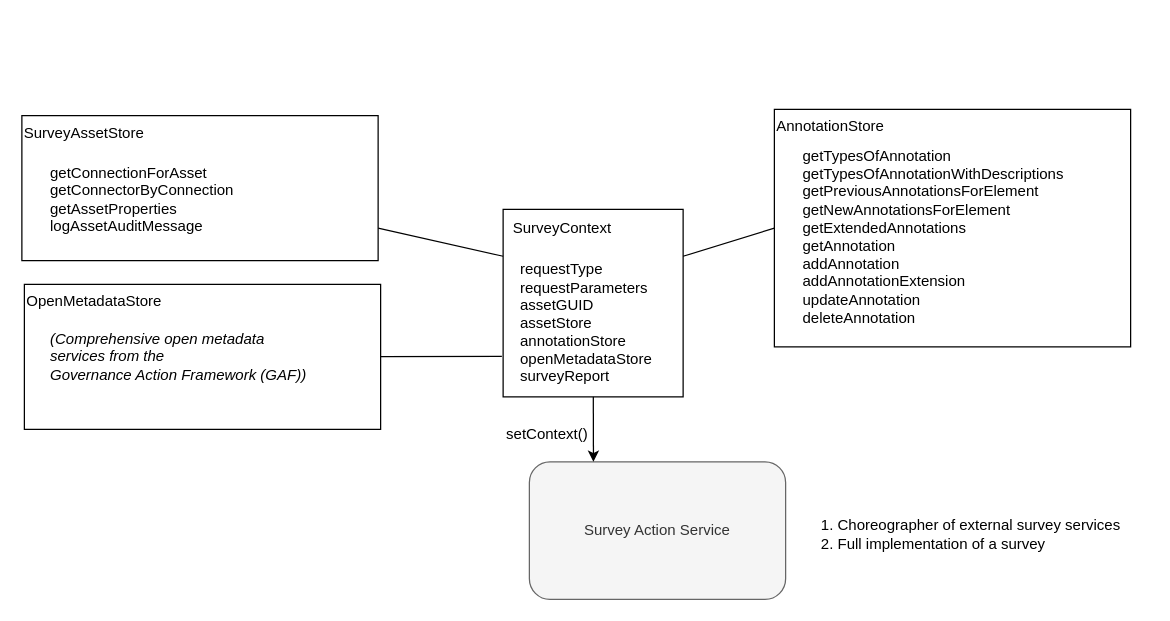
The draw.io diagram page "survey-context" (15 of 16) of site/docs/frameworks/saf/survey-action.drawio in odpi/egeria-docs, before the edit. Source tidied: cells renumbered, new cells numbered last; positions are measured from the earlier drawing's top-left corner, leaving out a move shared by most shapes. Both pictures are drawn from the tidied source at 125%, with x=0, y=0 at pixel (21, 109).
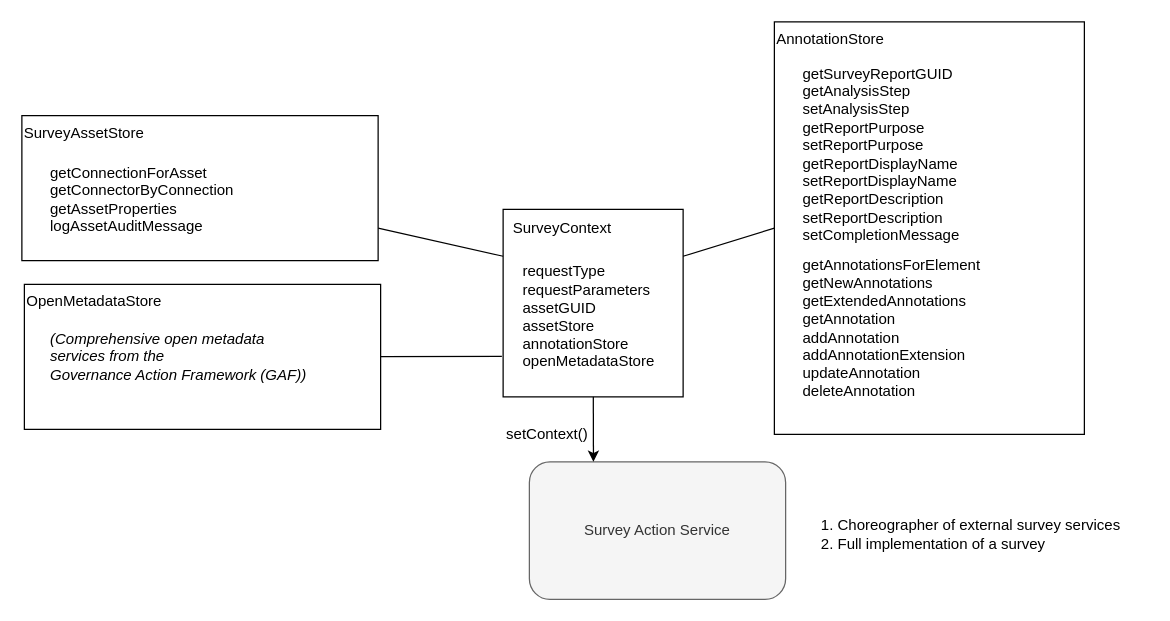
The same diagram, later.

The edit, as a diff of the source:
```diff
@@
 <mxGraphModel>
   <root>
     <mxCell id="0" />
     <mxCell id="1" parent="0" />
     <mxCell id="2" style="rounded=0;whiteSpace=wrap;html=1;strokeColor=#000000;strokeWidth=1;align=left;" parent="1" vertex="1">
       <mxGeometry x="385" y="80" width="144" height="150" as="geometry" />
     </mxCell>
     <mxCell id="3" value="Survey Action Service" style="rounded=1;whiteSpace=wrap;html=1;fillColor=#f5f5f5;strokeColor=#666666;fontColor=#333333;" parent="1" vertex="1">
       <mxGeometry x="406" y="282" width="205" height="110" as="geometry" />
     </mxCell>
     <mxCell id="4" style="rounded=0;jettySize=auto;html=1;entryX=0.25;entryY=0;entryDx=0;entryDy=0;" parent="1" edge="1" source="2" target="3">
       <mxGeometry relative="1" as="geometry" />
     </mxCell>
-    <mxCell id="5" value="requestType&lt;br&gt;requestParameters&lt;br&gt;assetGUID&lt;br&gt;assetStore&lt;br&gt;annotationStore&lt;br&gt;openMetadataStore&lt;br&gt;surveyReport" style="text;html=1;align=left;verticalAlign=middle;perimeterSpacing=3;" parent="1" vertex="1">
-      <mxGeometry x="397" y="116" width="130" height="110" as="geometry" />
+    <mxCell id="5" value="requestType&lt;br&gt;requestParameters&lt;br&gt;assetGUID&lt;br&gt;assetStore&lt;br&gt;annotationStore&lt;br&gt;openMetadataStore" style="text;html=1;align=left;verticalAlign=middle;perimeterSpacing=3;" parent="1" vertex="1">
+      <mxGeometry x="399" y="116" width="130" height="100" as="geometry" />
     </mxCell>
     <mxCell id="6" value="SurveyContext" style="text;html=1;align=center;verticalAlign=middle;" parent="1" vertex="1">
       <mxGeometry x="382" y="80" width="100" height="30" as="geometry" />
     </mxCell>
     <mxCell id="7" value="&lt;div&gt;&lt;br&gt;&lt;/div&gt;&lt;ol&gt;&lt;li&gt;Choreographer of external survey services&lt;/li&gt;&lt;li&gt;Full implementation of a survey&amp;nbsp;&lt;/li&gt;&lt;/ol&gt;" style="text;html=1;align=left;verticalAlign=middle;" parent="1" vertex="1">
       <mxGeometry x="611" y="293" width="290" height="80" as="geometry" />
     </mxCell>
     <mxCell id="8" value="setContext()" style="text;html=1;align=center;verticalAlign=middle;" parent="1" vertex="1">
       <mxGeometry x="382" y="251" width="75" height="18" as="geometry" />
     </mxCell>
     <mxCell id="9" style="edgeStyle=none;rounded=0;jettySize=auto;html=1;entryX=0;entryY=0.75;entryDx=0;entryDy=0;endSize=4;endArrow=none;endFill=0;" parent="1" edge="1" source="10">
       <mxGeometry relative="1" as="geometry">
         <mxPoint x="384" y="197.5" as="targetPoint" />
       </mxGeometry>
     </mxCell>
     <mxCell id="10" value="OpenMetadataStore" style="rounded=0;whiteSpace=wrap;html=1;strokeColor=#000000;strokeWidth=1;align=left;verticalAlign=top;" parent="1" vertex="1">
       <mxGeometry x="2" y="140" width="285" height="116" as="geometry" />
     </mxCell>
     <mxCell id="11" value="&lt;i&gt;(Comprehensive open metadata&lt;br&gt;services from the &lt;br&gt;Governance Action Framework (GAF))&lt;/i&gt;" style="text;html=1;align=left;verticalAlign=middle;" parent="1" vertex="1">
       <mxGeometry x="21" y="168" width="230" height="60" as="geometry" />
     </mxCell>
     <mxCell id="12" style="edgeStyle=none;rounded=0;jettySize=auto;html=1;entryX=0;entryY=0.25;entryDx=0;entryDy=0;endSize=4;endArrow=none;endFill=0;" parent="1" edge="1" source="13" target="2">
       <mxGeometry relative="1" as="geometry" />
     </mxCell>
     <mxCell id="13" value="SurveyAssetStore" style="rounded=0;whiteSpace=wrap;html=1;strokeColor=#000000;strokeWidth=1;align=left;verticalAlign=top;" parent="1" vertex="1">
       <mxGeometry y="5" width="285" height="116" as="geometry" />
     </mxCell>
     <mxCell id="14" value="getConnectionForAsset&lt;br&gt;getConnectorByConnection&lt;br&gt;getAssetProperties&lt;br&gt;logAssetAuditMessage" style="text;html=1;align=left;verticalAlign=middle;" parent="1" vertex="1">
       <mxGeometry x="21" y="42" width="160" height="60" as="geometry" />
     </mxCell>
     <mxCell id="15" style="edgeStyle=none;rounded=0;jettySize=auto;html=1;entryX=1;entryY=0.25;entryDx=0;entryDy=0;endSize=4;endArrow=none;endFill=0;exitX=0;exitY=0.5;exitDx=0;exitDy=0;" parent="1" edge="1" source="16" target="2">
       <mxGeometry relative="1" as="geometry" />
     </mxCell>
     <mxCell id="16" value="AnnotationStore" style="rounded=0;whiteSpace=wrap;html=1;strokeColor=#000000;strokeWidth=1;align=left;verticalAlign=top;" parent="1" vertex="1">
-      <mxGeometry x="602" width="285" height="190" as="geometry" />
+      <mxGeometry x="602" y="-70" width="248" height="330" as="geometry" />
     </mxCell>
-    <mxCell id="17" value="getTypesOfAnnotation&lt;br&gt;getTypesOfAnnotationWithDescriptions&lt;br&gt;getPreviousAnnotationsForElement&lt;br&gt;getNewAnnotationsForElement&lt;br&gt;getExtendedAnnotations&lt;br&gt;getAnnotation&lt;br&gt;addAnnotation&lt;br&gt;addAnnotationExtension&lt;br style=&quot;border-color: var(--border-color);&quot;&gt;updateAnnotation&lt;br&gt;deleteAnnotation" style="text;html=1;align=left;verticalAlign=middle;" parent="1" vertex="1">
-      <mxGeometry x="623" y="22" width="230" height="160" as="geometry" />
+    <mxCell id="17" value="getAnnotationsForElement&lt;br&gt;getNewAnnotations&lt;br&gt;getExtendedAnnotations&lt;br&gt;getAnnotation&lt;br&gt;addAnnotation&lt;br&gt;addAnnotationExtension&lt;br style=&quot;border-color: var(--border-color);&quot;&gt;updateAnnotation&lt;br&gt;deleteAnnotation" style="text;html=1;align=left;verticalAlign=middle;" parent="1" vertex="1">
+      <mxGeometry x="623" y="110" width="170" height="130" as="geometry" />
     </mxCell>
+    <mxCell id="18" value="getSurveyReportGUID&lt;br&gt;getAnalysisStep&lt;br&gt;setAnalysisStep&lt;br&gt;getReportPurpose&lt;br&gt;setReportPurpose&lt;br&gt;getReportDisplayName&lt;br&gt;setReportDisplayName&lt;br&gt;getReportDescription&lt;br&gt;setReportDescription&lt;br&gt;setCompletionMessage" style="text;html=1;align=left;verticalAlign=middle;" parent="1" vertex="1">
+      <mxGeometry x="623" y="-44" width="150" height="160" as="geometry" />
+    </mxCell>
   </root>
 </mxGraphModel>
```
